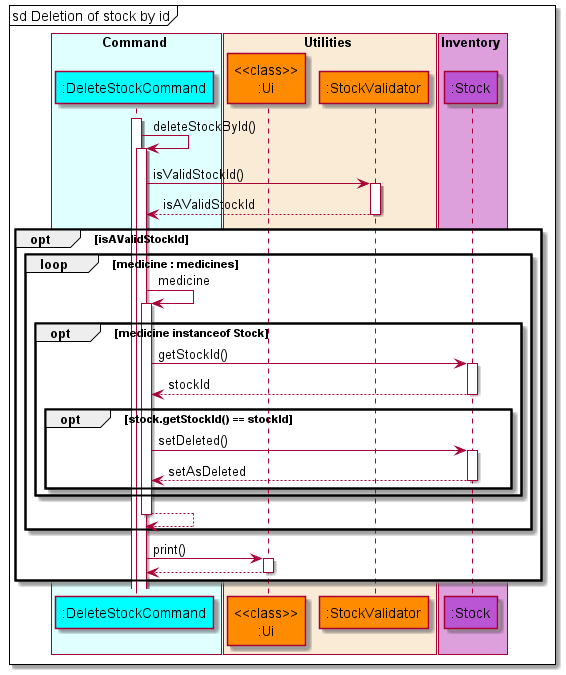
Before: docs/diagrams/diagram_images/DeletionOfStockByIdSequenceDiagram.png, a diagram exported from PlantUML (nus-cs2113-AY2122S1/tp).
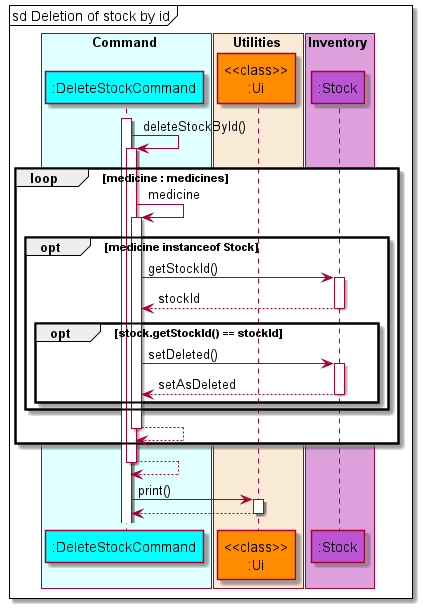
After the change.

Commit message:
Update sequence diagrram in DG and removal of redundant checking in deletestock

Diff of the diagram source:
```diff
@@ -8,7 +8,6 @@
 
 box Utilities COLOR_UTILITIES_BOX
     participant "<<class>>\n:Ui" as ui COLOR_UTILITIES
-    participant ":StockValidator" as stockValidator COLOR_UTILITIES
 end box
 
 box Inventory COLOR_INVENTORY_BOX
@@ -19,22 +18,20 @@
 mainFrame sd Deletion of stock by id
 activate deleteStock
 deleteStock -> deleteStock: deleteStockById()
-deleteStock -> stockValidator : isValidStockId()
-deleteStock <-- stockValidator : isAValidStockId
-opt isAValidStockId
-    loop medicine : medicines
-        deleteStock -> deleteStock : medicine
-        opt medicine instanceof Stock
-            deleteStock -> stock : getStockId()
-            deleteStock <-- stock : stockId
-            opt stock.getStockId() == stockId
-                deleteStock -> stock : setDeleted()
-                deleteStock <-- stock : setAsDeleted
-            end
+loop medicine : medicines
+    deleteStock -> deleteStock : medicine
+    opt medicine instanceof Stock
+        deleteStock -> stock : getStockId()
+        deleteStock <-- stock : stockId
+        opt stock.getStockId() == stockId
+            deleteStock -> stock : setDeleted()
+            deleteStock <-- stock : setAsDeleted
         end
-        deleteStock --> deleteStock
     end
+    deleteStock --> deleteStock
+end
+deleteStock --> deleteStock
 deleteStock -> ui : print()
 deleteStock <-- ui
-end
+
 @enduml
```
